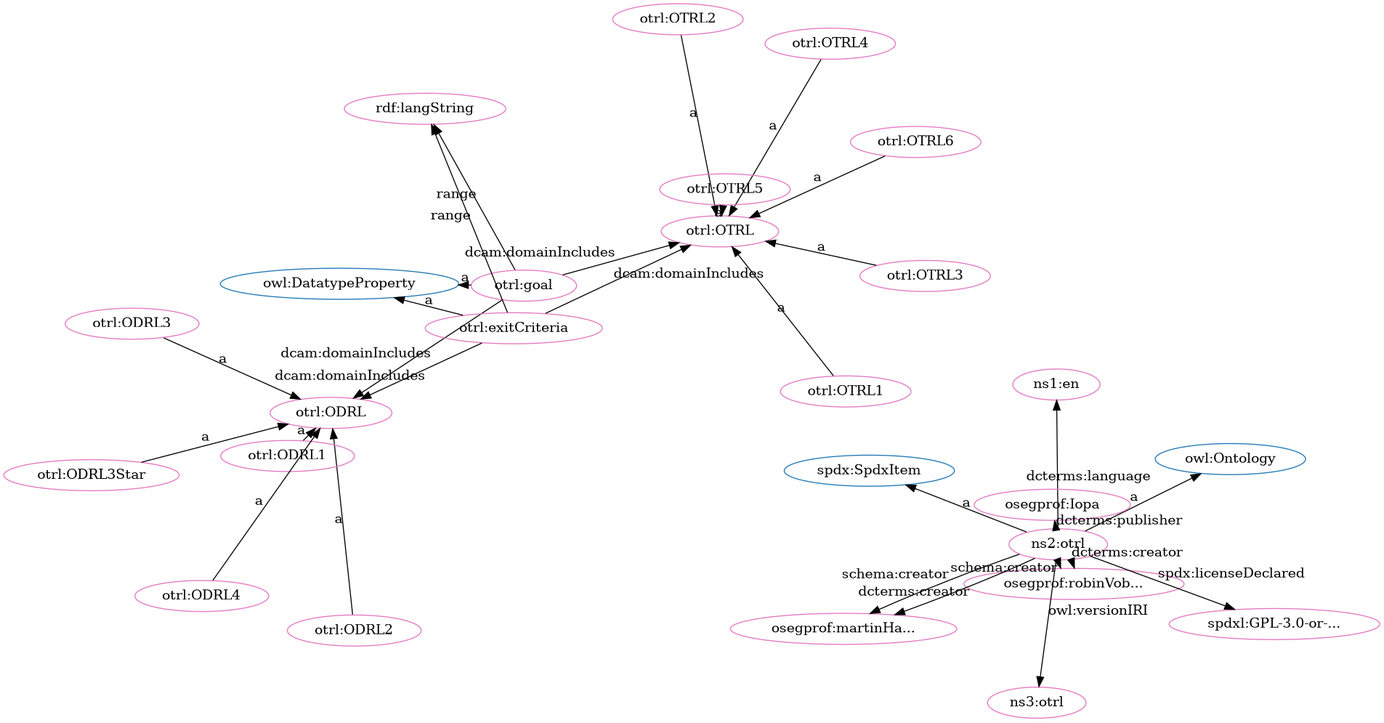
Above: src/spec/fdp_otrl.png in iop-alliance/OpenKnowHow (Graphviz), before the change. Its source is kept beside it as src/spec/fdp_otrl.dot.
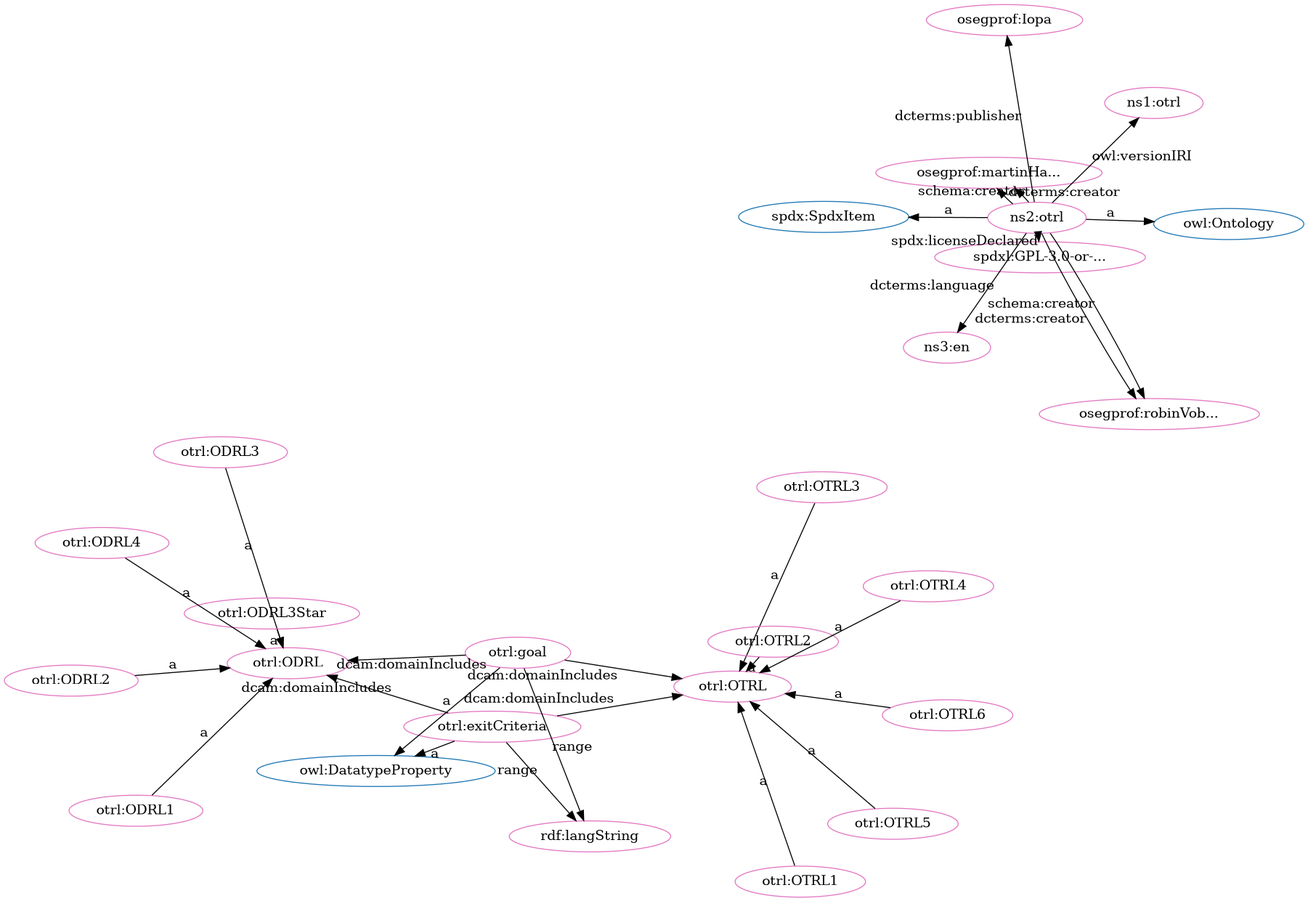
After the change.

Diff of the diagram source:
```diff
@@ -3,59 +3,59 @@
   node[height=.3]
 "http://spdx.org/rdf/terms#SpdxItem" [fillcolor="#1f77b4" color="#1f77b4" label="spdx:SpdxItem"]
 "http://www.w3.org/2002/07/owl#Ontology" [fillcolor="#1f77b4" color="#1f77b4" label="owl:Ontology"]
+"http://www.w3.org/2002/07/owl#DatatypeProperty" [fillcolor="#1f77b4" color="#1f77b4" label="owl:DatatypeProperty"]
+"http://w3id.org/oseg/ont/otrl#OTRL" [fillcolor="#1f77b4" color="#1f77b4" label="otrl:OTRL"]
 "http://w3id.org/oseg/ont/otrl#ODRL" [fillcolor="#1f77b4" color="#1f77b4" label="otrl:ODRL"]
-"http://w3id.org/oseg/ont/otrl#OTRL" [fillcolor="#1f77b4" color="#1f77b4" label="otrl:OTRL"]
-"http://www.w3.org/2002/07/owl#DatatypeProperty" [fillcolor="#1f77b4" color="#1f77b4" label="owl:DatatypeProperty"]
+"http://spdx.org/licenses/GPL-3.0-or-later" [fillcolor="#e377c2" color="#e377c2" label="spdxl:GPL-3.0-or-..."]
+"http://w3id.org/oseg/ont/oseg-profiles#martinHaeuer" [fillcolor="#e377c2" color="#e377c2" label="osegprof:martinHa..."]
+"http://w3id.org/oseg/ont/otrl#ODRL3" [fillcolor="#e377c2" color="#e377c2" label="otrl:ODRL3"]
+"http://w3id.org/oseg/ont/otrl#ODRL" [fillcolor="#e377c2" color="#e377c2" label="otrl:ODRL"]
+"http://w3id.org/oseg/ont/otrl#OTRL3" [fillcolor="#e377c2" color="#e377c2" label="otrl:OTRL3"]
+"http://w3id.org/oseg/ont/oseg-profiles#Iopa" [fillcolor="#e377c2" color="#e377c2" label="osegprof:Iopa"]
+"http://w3id.org/oseg/ont/otrl#ODRL1" [fillcolor="#e377c2" color="#e377c2" label="otrl:ODRL1"]
+"http://w3id.org/oseg/ont/otrl#OTRL5" [fillcolor="#e377c2" color="#e377c2" label="otrl:OTRL5"]
+"http://w3id.org/oseg/ont/otrl#OTRL1" [fillcolor="#e377c2" color="#e377c2" label="otrl:OTRL1"]
 "http://w3id.org/oseg/ont/otrl#OTRL2" [fillcolor="#e377c2" color="#e377c2" label="otrl:OTRL2"]
+"http://w3id.org/oseg/ont/otrl#exitCriteria" [fillcolor="#e377c2" color="#e377c2" label="otrl:exitCriteria"]
+"http://www.w3.org/1999/02/22-rdf-syntax-ns#langString" [fillcolor="#e377c2" color="#e377c2" label="rdf:langString"]
+"http://w3id.org/oseg/ont/otrl#ODRL2" [fillcolor="#e377c2" color="#e377c2" label="otrl:ODRL2"]
+"http://w3id.org/oseg/ont/otrl#OTRL4" [fillcolor="#e377c2" color="#e377c2" label="otrl:OTRL4"]
+"http://w3id.org/oseg/ont/otrl#ODRL3Star" [fillcolor="#e377c2" color="#e377c2" label="otrl:ODRL3Star"]
+"http://w3id.org/oseg/ont/1.1.0/otrl" [fillcolor="#e377c2" color="#e377c2" label="ns1:otrl"]
+"http://w3id.org/oseg/ont/otrl" [fillcolor="#e377c2" color="#e377c2" label="ns2:otrl"]
 "http://w3id.org/oseg/ont/oseg-profiles#robinVobruba" [fillcolor="#e377c2" color="#e377c2" label="osegprof:robinVob..."]
-"http://www.w3.org/1999/02/22-rdf-syntax-ns#langString" [fillcolor="#e377c2" color="#e377c2" label="rdf:langString"]
-"http://id.loc.gov/vocabulary/iso639-1/en" [fillcolor="#e377c2" color="#e377c2" label="ns1:en"]
-"http://w3id.org/oseg/ont/otrl" [fillcolor="#e377c2" color="#e377c2" label="ns2:otrl"]
-"http://w3id.org/oseg/ont/otrl#ODRL3" [fillcolor="#e377c2" color="#e377c2" label="otrl:ODRL3"]
+"http://w3id.org/oseg/ont/otrl#ODRL4" [fillcolor="#e377c2" color="#e377c2" label="otrl:ODRL4"]
+"http://w3id.org/oseg/ont/otrl#OTRL" [fillcolor="#e377c2" color="#e377c2" label="otrl:OTRL"]
+"http://id.loc.gov/vocabulary/iso639-1/en" [fillcolor="#e377c2" color="#e377c2" label="ns3:en"]
 "http://w3id.org/oseg/ont/otrl#goal" [fillcolor="#e377c2" color="#e377c2" label="otrl:goal"]
-"http://w3id.org/oseg/ont/otrl#ODRL" [fillcolor="#e377c2" color="#e377c2" label="otrl:ODRL"]
-"http://w3id.org/oseg/ont/otrl#exitCriteria" [fillcolor="#e377c2" color="#e377c2" label="otrl:exitCriteria"]
-"http://w3id.org/oseg/ont/otrl#OTRL4" [fillcolor="#e377c2" color="#e377c2" label="otrl:OTRL4"]
-"http://w3id.org/oseg/ont/otrl#OTRL1" [fillcolor="#e377c2" color="#e377c2" label="otrl:OTRL1"]
-"http://w3id.org/oseg/ont/otrl#ODRL2" [fillcolor="#e377c2" color="#e377c2" label="otrl:ODRL2"]
-"http://w3id.org/oseg/ont/otrl#OTRL" [fillcolor="#e377c2" color="#e377c2" label="otrl:OTRL"]
-"http://w3id.org/oseg/ont/otrl#ODRL3Star" [fillcolor="#e377c2" color="#e377c2" label="otrl:ODRL3Star"]
-"http://w3id.org/oseg/ont/oseg-profiles#Iopa" [fillcolor="#e377c2" color="#e377c2" label="osegprof:Iopa"]
-"http://w3id.org/oseg/ont/oseg-profiles#martinHaeuer" [fillcolor="#e377c2" color="#e377c2" label="osegprof:martinHa..."]
-"http://w3id.org/oseg/ont/otrl#OTRL3" [fillcolor="#e377c2" color="#e377c2" label="otrl:OTRL3"]
-"http://spdx.org/licenses/GPL-3.0-or-later" [fillcolor="#e377c2" color="#e377c2" label="spdxl:GPL-3.0-or-..."]
-"http://w3id.org/oseg/ont/1.1.0/otrl" [fillcolor="#e377c2" color="#e377c2" label="ns3:otrl"]
 "http://w3id.org/oseg/ont/otrl#OTRL6" [fillcolor="#e377c2" color="#e377c2" label="otrl:OTRL6"]
-"http://w3id.org/oseg/ont/otrl#OTRL5" [fillcolor="#e377c2" color="#e377c2" label="otrl:OTRL5"]
-"http://w3id.org/oseg/ont/otrl#ODRL1" [fillcolor="#e377c2" color="#e377c2" label="otrl:ODRL1"]
-"http://w3id.org/oseg/ont/otrl#ODRL4" [fillcolor="#e377c2" color="#e377c2" label="otrl:ODRL4"]
+  "http://w3id.org/oseg/ont/otrl" -> "http://w3id.org/oseg/ont/oseg-profiles#martinHaeuer" [label="dcterms:creator"]
+  "http://w3id.org/oseg/ont/otrl#ODRL3" -> "http://w3id.org/oseg/ont/otrl#ODRL" [label="a"]
+  "http://w3id.org/oseg/ont/otrl#OTRL3" -> "http://w3id.org/oseg/ont/otrl#OTRL" [label="a"]
+  "http://w3id.org/oseg/ont/otrl#ODRL1" -> "http://w3id.org/oseg/ont/otrl#ODRL" [label="a"]
+  "http://w3id.org/oseg/ont/otrl#OTRL5" -> "http://w3id.org/oseg/ont/otrl#OTRL" [label="a"]
   "http://w3id.org/oseg/ont/otrl#OTRL2" -> "http://w3id.org/oseg/ont/otrl#OTRL" [label="a"]
-  "http://w3id.org/oseg/ont/otrl" -> "http://w3id.org/oseg/ont/oseg-profiles#robinVobruba" [label="dcterms:creator"]
   "http://w3id.org/oseg/ont/otrl#exitCriteria" -> "http://www.w3.org/1999/02/22-rdf-syntax-ns#langString" [label="range"]
-  "http://w3id.org/oseg/ont/otrl" -> "http://id.loc.gov/vocabulary/iso639-1/en" [label="dcterms:language"]
-  "http://w3id.org/oseg/ont/otrl" -> "http://www.w3.org/2002/07/owl#Ontology" [label="a"]
-  "http://w3id.org/oseg/ont/otrl#ODRL3" -> "http://w3id.org/oseg/ont/otrl#ODRL" [label="a"]
-  "http://w3id.org/oseg/ont/otrl#goal" -> "http://www.w3.org/2002/07/owl#DatatypeProperty" [label="a"]
+  "http://w3id.org/oseg/ont/otrl#ODRL2" -> "http://w3id.org/oseg/ont/otrl#ODRL" [label="a"]
+  "http://w3id.org/oseg/ont/otrl#ODRL3Star" -> "http://w3id.org/oseg/ont/otrl#ODRL" [label="a"]
+  "http://w3id.org/oseg/ont/otrl" -> "http://w3id.org/oseg/ont/1.1.0/otrl" [label="owl:versionIRI"]
+  "http://w3id.org/oseg/ont/otrl#goal" -> "http://w3id.org/oseg/ont/otrl#ODRL" [label="dcam:domainIncludes"]
+  "http://w3id.org/oseg/ont/otrl" -> "http://w3id.org/oseg/ont/oseg-profiles#robinVobruba" [label="schema:creator"]
+  "http://w3id.org/oseg/ont/otrl#goal" -> "http://www.w3.org/1999/02/22-rdf-syntax-ns#langString" [label="range"]
+  "http://w3id.org/oseg/ont/otrl" -> "http://w3id.org/oseg/ont/oseg-profiles#martinHaeuer" [label="schema:creator"]
+  "http://w3id.org/oseg/ont/otrl#OTRL6" -> "http://w3id.org/oseg/ont/otrl#OTRL" [label="a"]
+  "http://w3id.org/oseg/ont/otrl#exitCriteria" -> "http://w3id.org/oseg/ont/otrl#OTRL" [label="dcam:domainIncludes"]
+  "http://w3id.org/oseg/ont/otrl" -> "http://spdx.org/licenses/GPL-3.0-or-later" [label="spdx:licenseDeclared"]
   "http://w3id.org/oseg/ont/otrl#exitCriteria" -> "http://w3id.org/oseg/ont/otrl#ODRL" [label="dcam:domainIncludes"]
-  "http://w3id.org/oseg/ont/otrl#ODRL2" -> "http://w3id.org/oseg/ont/otrl#ODRL" [label="a"]
-  "http://w3id.org/oseg/ont/otrl#goal" -> "http://w3id.org/oseg/ont/otrl#OTRL" [label="dcam:domainIncludes"]
   "http://w3id.org/oseg/ont/otrl" -> "http://w3id.org/oseg/ont/oseg-profiles#Iopa" [label="dcterms:publisher"]
-  "http://w3id.org/oseg/ont/otrl" -> "http://spdx.org/rdf/terms#SpdxItem" [label="a"]
-  "http://w3id.org/oseg/ont/otrl" -> "http://w3id.org/oseg/ont/oseg-profiles#martinHaeuer" [label="dcterms:creator"]
-  "http://w3id.org/oseg/ont/otrl" -> "http://spdx.org/licenses/GPL-3.0-or-later" [label="spdx:licenseDeclared"]
-  "http://w3id.org/oseg/ont/otrl#OTRL5" -> "http://w3id.org/oseg/ont/otrl#OTRL" [label="a"]
+  "http://w3id.org/oseg/ont/otrl#OTRL1" -> "http://w3id.org/oseg/ont/otrl#OTRL" [label="a"]
   "http://w3id.org/oseg/ont/otrl#exitCriteria" -> "http://www.w3.org/2002/07/owl#DatatypeProperty" [label="a"]
   "http://w3id.org/oseg/ont/otrl#OTRL4" -> "http://w3id.org/oseg/ont/otrl#OTRL" [label="a"]
-  "http://w3id.org/oseg/ont/otrl#OTRL1" -> "http://w3id.org/oseg/ont/otrl#OTRL" [label="a"]
-  "http://w3id.org/oseg/ont/otrl#goal" -> "http://www.w3.org/1999/02/22-rdf-syntax-ns#langString" [label="range"]
-  "http://w3id.org/oseg/ont/otrl#ODRL3Star" -> "http://w3id.org/oseg/ont/otrl#ODRL" [label="a"]
-  "http://w3id.org/oseg/ont/otrl#goal" -> "http://w3id.org/oseg/ont/otrl#ODRL" [label="dcam:domainIncludes"]
-  "http://w3id.org/oseg/ont/otrl#exitCriteria" -> "http://w3id.org/oseg/ont/otrl#OTRL" [label="dcam:domainIncludes"]
-  "http://w3id.org/oseg/ont/otrl#OTRL3" -> "http://w3id.org/oseg/ont/otrl#OTRL" [label="a"]
-  "http://w3id.org/oseg/ont/otrl" -> "http://w3id.org/oseg/ont/oseg-profiles#robinVobruba" [label="schema:creator"]
-  "http://w3id.org/oseg/ont/otrl" -> "http://w3id.org/oseg/ont/1.1.0/otrl" [label="owl:versionIRI"]
-  "http://w3id.org/oseg/ont/otrl#OTRL6" -> "http://w3id.org/oseg/ont/otrl#OTRL" [label="a"]
-  "http://w3id.org/oseg/ont/otrl" -> "http://w3id.org/oseg/ont/oseg-profiles#martinHaeuer" [label="schema:creator"]
-  "http://w3id.org/oseg/ont/otrl#ODRL1" -> "http://w3id.org/oseg/ont/otrl#ODRL" [label="a"]
+  "http://w3id.org/oseg/ont/otrl" -> "http://www.w3.org/2002/07/owl#Ontology" [label="a"]
   "http://w3id.org/oseg/ont/otrl#ODRL4" -> "http://w3id.org/oseg/ont/otrl#ODRL" [label="a"]
+  "http://w3id.org/oseg/ont/otrl" -> "http://w3id.org/oseg/ont/oseg-profiles#robinVobruba" [label="dcterms:creator"]
+  "http://w3id.org/oseg/ont/otrl" -> "http://spdx.org/rdf/terms#SpdxItem" [label="a"]
+  "http://w3id.org/oseg/ont/otrl#goal" -> "http://w3id.org/oseg/ont/otrl#OTRL" [label="dcam:domainIncludes"]
+  "http://w3id.org/oseg/ont/otrl" -> "http://id.loc.gov/vocabulary/iso639-1/en" [label="dcterms:language"]
+  "http://w3id.org/oseg/ont/otrl#goal" -> "http://www.w3.org/2002/07/owl#DatatypeProperty" [label="a"]
 }
```
